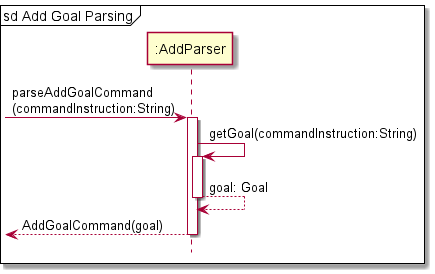
Before: docs/Diagram_Images/Implementation_Diagram_Images/AddGoalCommandParserSequenceDiagram.png, a diagram exported from PlantUML (nus-cs2113-AY2122S1/tp).
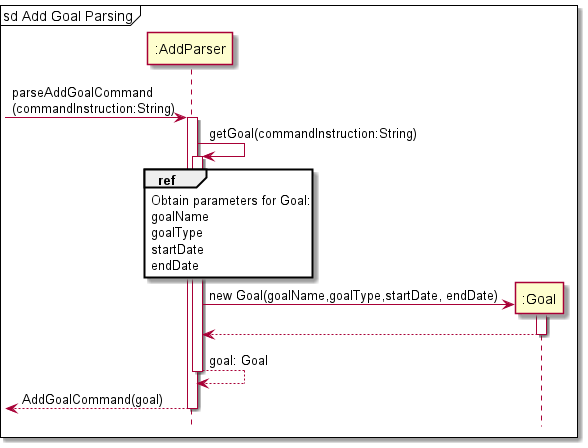
The same diagram one commit later.

Change to the diagram source:
```diff
@@ -8,6 +8,21 @@
 
 ":AddParser" -> ":AddParser": getGoal(commandInstruction:String)
 activate ":AddParser"
+
+ref over ":AddParser"
+Obtain parameters for Goal:
+goalName
+goalType
+startDate
+endDate
+end
+
+create ":Goal"
+":AddParser" -> ":Goal": new Goal(goalName,goalType,startDate, endDate)
+activate ":Goal"
+":Goal" --> ":AddParser":
+deactivate ":Goal"
+
 ":AddParser" --> ":AddParser": goal: Goal
 deactivate ":AddParser"
 
```
